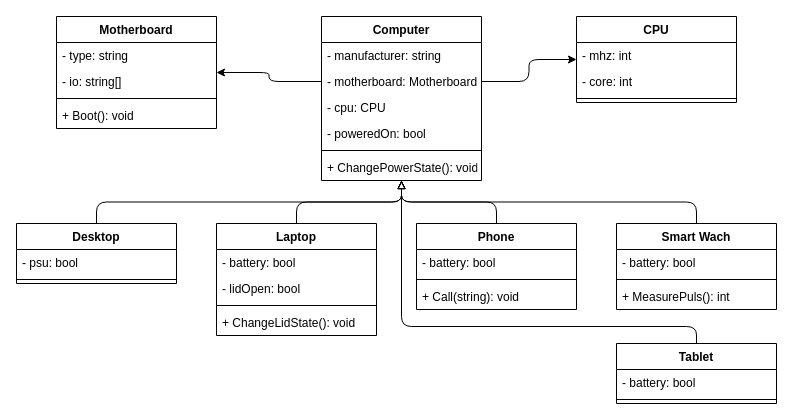
Above: UML Class Diagrams/H2_OOP_UML_CLASS_INHERITANCE_DIAGRAM.drawio in MercantecData/portfolioh2spring2019-Andreas259 (draw.io), before the change. Source tidied: cells renumbered, new cells numbered last; positions are measured from the earlier drawing's top-left corner, leaving out a move shared by most shapes. Both pictures are drawn from the tidied source at 100%, with x=0, y=0 at pixel (16, 16).
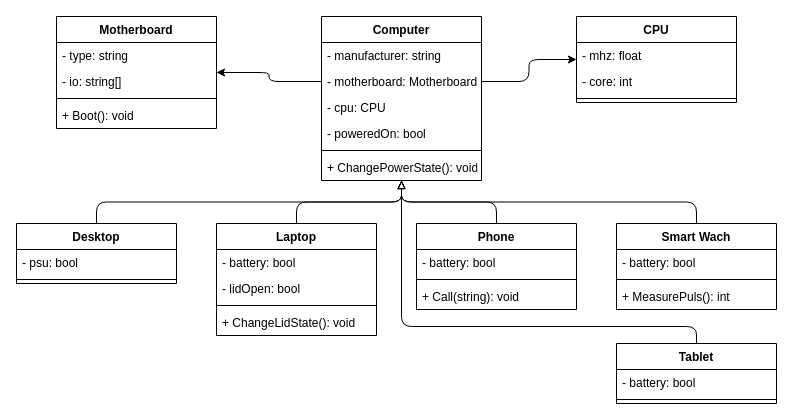
Above is the later version.

Commit message (it also covers changes not shown here):
UML Class Diagrams

The change refers to these unchanged cells:
```xml
<mxCell id="39" value="CPU" style="swimlane;fontStyle=1;align=center;verticalAlign=top;horizontal=1;startSize=26;" parent="1" vertex="1">
  <mxGeometry x="560" width="160" height="86" as="geometry" />
</mxCell>
```

The edit, as a diff of the source:
```diff
@@
-    <mxCell id="40" value="- mhz: int" style="text;strokeColor=none;fillColor=none;align=left;verticalAlign=top;spacingLeft=4;spacingRight=4;overflow=hidden;" parent="39" vertex="1">
+    <mxCell id="40" value="- mhz: float" style="text;strokeColor=none;fillColor=none;align=left;verticalAlign=top;spacingLeft=4;spacingRight=4;overflow=hidden;" parent="39" vertex="1">
       <mxGeometry y="26" width="160" height="26" as="geometry" />
     </mxCell>
```
